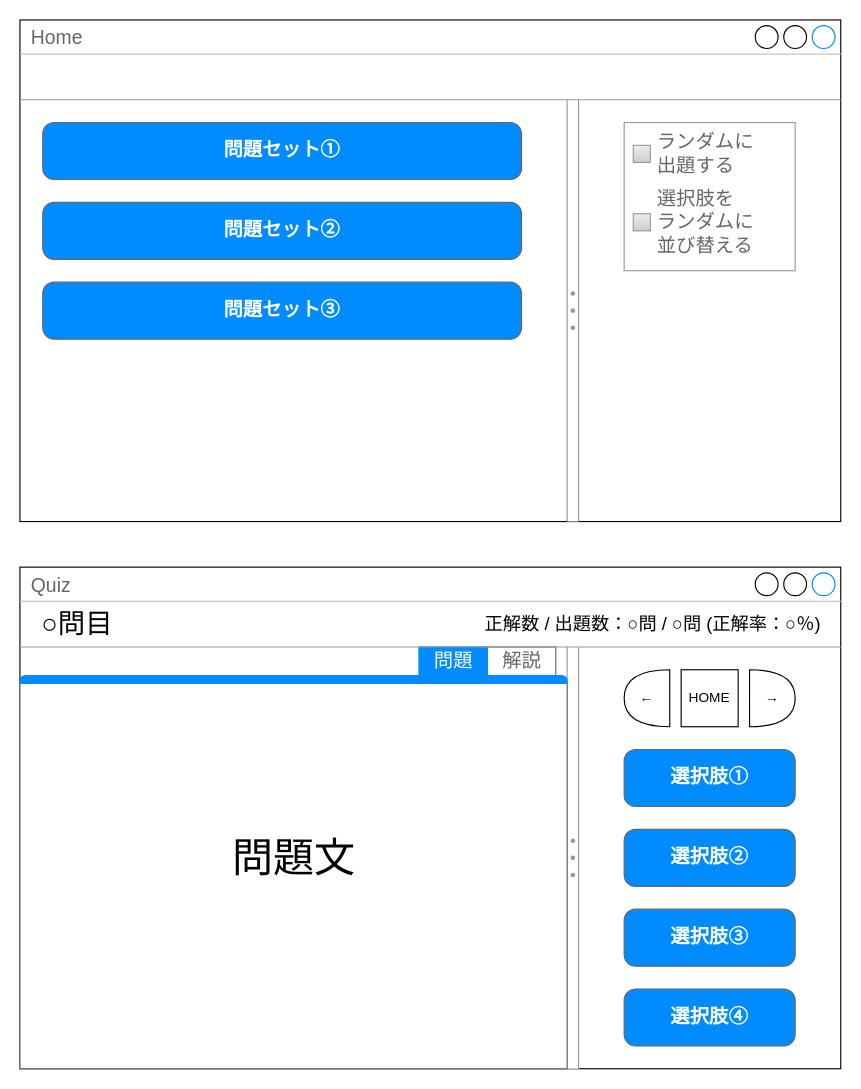
Before: design/mockup.drawio in mikiya1130/Multiple_Choice_Quiz, a draw.io diagram. Source tidied: cells renumbered, new cells numbered last; positions are measured from the earlier drawing's top-left corner, leaving out a move shared by most shapes. Both pictures are drawn from the tidied source at 114%, with x=0, y=0 at pixel (19, 19).
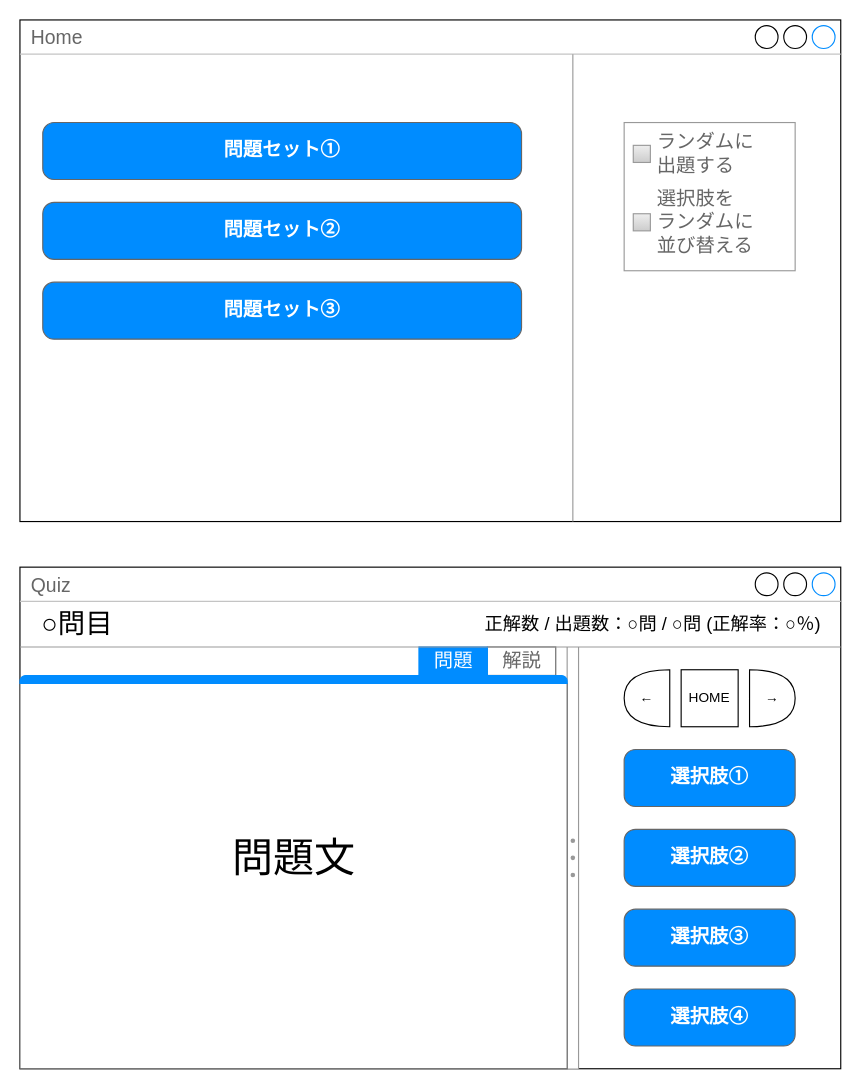
The same page after the edit.

Diff of the diagram source:
```diff
@@
-    <mxCell id="19" style="verticalLabelPosition=bottom;shadow=0;dashed=0;align=center;html=1;verticalAlign=top;strokeWidth=1;shape=mxgraph.mockup.forms.splitter;strokeColor=#999999;direction=north;" parent="1" vertex="1">
-      <mxGeometry x="480" y="70" width="10" height="370" as="geometry" />
-    </mxCell>
-    <mxCell id="20" style="verticalLabelPosition=bottom;shadow=0;dashed=0;align=center;html=1;verticalAlign=top;strokeWidth=1;shape=mxgraph.mockup.markup.line;strokeColor=#999999;" parent="1" vertex="1">
-      <mxGeometry y="60" width="720" height="20" as="geometry" />
-    </mxCell>
@@
+    <mxCell id="27" style="verticalLabelPosition=bottom;shadow=0;dashed=0;align=center;html=1;verticalAlign=top;strokeWidth=1;shape=mxgraph.mockup.markup.line;strokeColor=#999999;direction=north;" parent="1" vertex="1">
+      <mxGeometry x="475" y="30" width="20" height="410" as="geometry" />
+    </mxCell>
```
